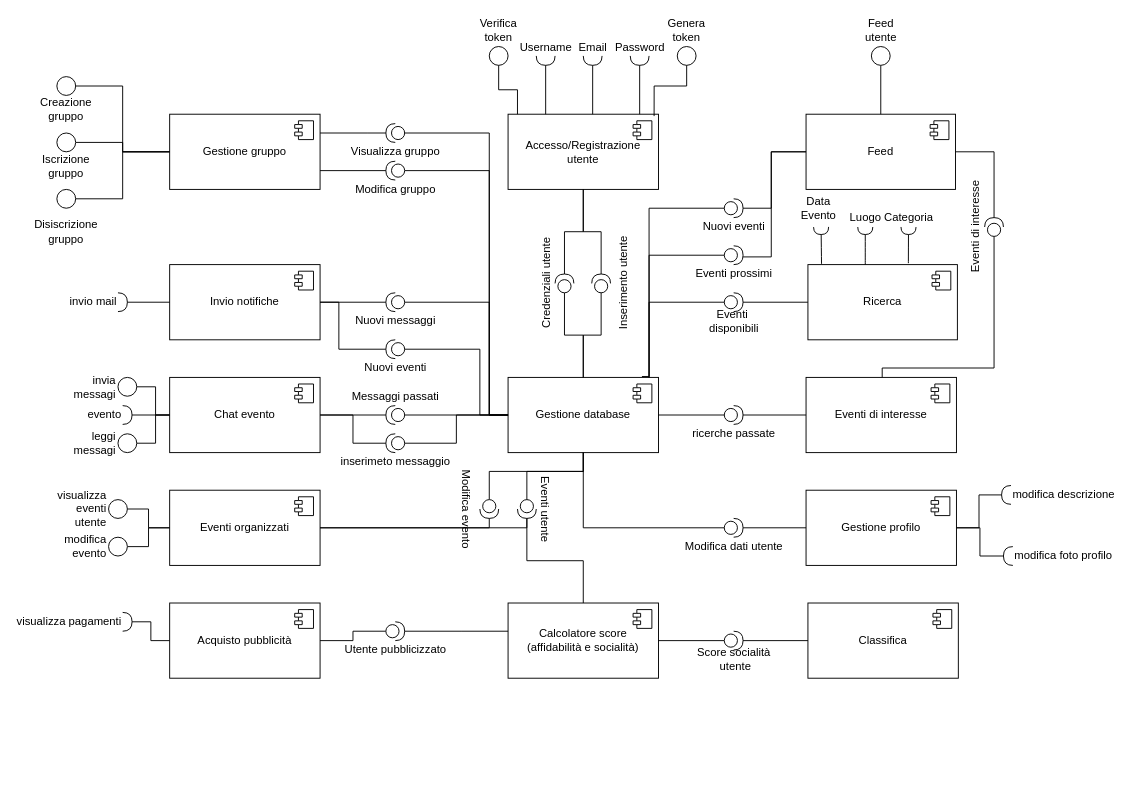
SamueleFacenda/activitn keeps this draw.io diagram as docs/component_diagram.drawio. Above is the earlier version. Source tidied: cells renumbered, new cells numbered last; positions are measured from the earlier drawing's top-left corner, leaving out a move shared by most shapes. Both pictures are drawn from the tidied source at 94%, with x=0, y=0 at pixel (38, 46).
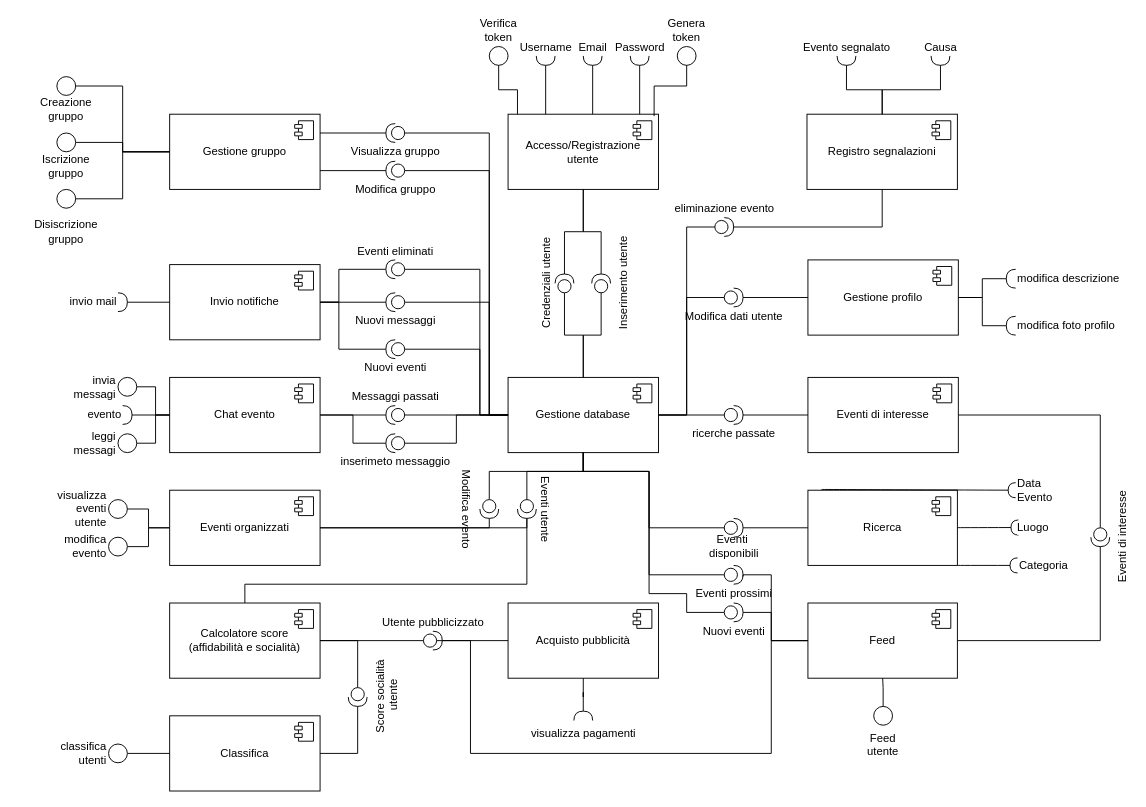
After the change.

Commit message:
docs: final update to component diagram

Unchanged cells that the change refers to:
```xml
<mxCell id="4" value="Gestione database" style="html=1;whiteSpace=wrap;" parent="1" vertex="1">
  <mxGeometry x="500" y="352" width="160" height="80" as="geometry" />
</mxCell>
<mxCell id="21" value="Invio notifiche" style="html=1;whiteSpace=wrap;" parent="1" vertex="1">
  <mxGeometry x="140" y="232" width="160" height="80" as="geometry" />
</mxCell>
<mxCell id="41" value="Eventi utente" style="shape=providedRequiredInterface;html=1;verticalLabelPosition=top;sketch=0;rotation=90;horizontal=1;verticalAlign=bottom;direction=east;flipH=0;flipV=1;labelPosition=center;align=center;" parent="1" vertex="1">
  <mxGeometry x="510" y="482" width="20" height="20" as="geometry" />
</mxCell>
```

Change to the diagram source:
```diff
@@
     <mxCell id="6" value="Classifica" style="html=1;whiteSpace=wrap;" parent="1" vertex="1">
-      <mxGeometry x="819" y="592" width="160" height="80" as="geometry" />
+      <mxGeometry x="140" y="712" width="160" height="80" as="geometry" />
     </mxCell>
@@
     <mxCell id="8" value="Calcolatore score&lt;div&gt;(affidabilità e socialità)&lt;/div&gt;" style="html=1;whiteSpace=wrap;" parent="1" vertex="1">
-      <mxGeometry x="500" y="592" width="160" height="80" as="geometry" />
+      <mxGeometry x="140" y="592" width="160" height="80" as="geometry" />
     </mxCell>
@@
     <mxCell id="10" value="Feed" style="html=1;whiteSpace=wrap;" parent="1" vertex="1">
-      <mxGeometry x="817" y="72" width="159" height="80" as="geometry" />
+      <mxGeometry x="819" y="592" width="159" height="80" as="geometry" />
     </mxCell>
@@
     <mxCell id="13" value="Ricerca" style="html=1;whiteSpace=wrap;" parent="1" vertex="1">
-      <mxGeometry x="819" y="232" width="159" height="80" as="geometry" />
+      <mxGeometry x="819" y="472" width="159" height="80" as="geometry" />
     </mxCell>
@@
     <mxCell id="15" value="Gestione profilo" style="html=1;whiteSpace=wrap;" parent="1" vertex="1">
-      <mxGeometry x="817" y="472" width="160" height="80" as="geometry" />
+      <mxGeometry x="819" y="227" width="160" height="80" as="geometry" />
     </mxCell>
@@
     <mxCell id="17" value="Eventi di interesse" style="html=1;whiteSpace=wrap;" parent="1" vertex="1">
-      <mxGeometry x="817" y="352" width="160" height="80" as="geometry" />
+      <mxGeometry x="819" y="352" width="160" height="80" as="geometry" />
     </mxCell>
@@
     <mxCell id="25" value="Acquisto pubblicità" style="html=1;whiteSpace=wrap;" parent="1" vertex="1">
-      <mxGeometry x="140" y="592" width="160" height="80" as="geometry" />
+      <mxGeometry x="500" y="592" width="160" height="80" as="geometry" />
     </mxCell>
@@
     <mxCell id="31" style="edgeStyle=orthogonalEdgeStyle;rounded=0;jettySize=auto;html=1;endArrow=none;endFill=0;exitX=0;exitY=0.5;exitDx=0;exitDy=0;exitPerimeter=0;" parent="1" edge="1" source="33" target="8">
-      <mxGeometry relative="1" as="geometry" />
+      <mxGeometry relative="1" as="geometry">
+        <Array as="points">
+          <mxPoint x="340" y="632" />
+        </Array>
+      </mxGeometry>
     </mxCell>
     <mxCell id="32" style="edgeStyle=orthogonalEdgeStyle;rounded=0;jettySize=auto;html=1;endArrow=none;endFill=0;" parent="1" edge="1" source="33" target="6">
-      <mxGeometry relative="1" as="geometry" />
+      <mxGeometry relative="1" as="geometry">
+        <Array as="points">
+          <mxPoint x="340" y="752" />
+        </Array>
+      </mxGeometry>
     </mxCell>
-    <mxCell id="33" value="Score socialità&lt;div&gt;&amp;nbsp;utente&lt;/div&gt;" style="shape=providedRequiredInterface;html=1;verticalLabelPosition=bottom;sketch=0;" parent="1" vertex="1">
-      <mxGeometry x="730" y="622" width="20" height="20" as="geometry" />
+    <mxCell id="33" value="Score socialità&lt;div&gt;&amp;nbsp;utente&lt;/div&gt;" style="shape=providedRequiredInterface;html=1;verticalLabelPosition=bottom;sketch=0;direction=west;labelPosition=center;align=center;verticalAlign=top;rotation=-90;" parent="1" vertex="1">
+      <mxGeometry x="330" y="682" width="20" height="20" as="geometry" />
     </mxCell>
     <mxCell id="34" style="edgeStyle=orthogonalEdgeStyle;rounded=0;jettySize=auto;html=1;endArrow=none;endFill=0;exitX=1;exitY=0.5;exitDx=0;exitDy=0;exitPerimeter=0;" parent="1" edge="1" source="36" target="8">
       <mxGeometry relative="1" as="geometry">
         <Array as="points">
-          <mxPoint x="450" y="622" />
-          <mxPoint x="450" y="622" />
+          <mxPoint x="420" y="632" />
+          <mxPoint x="420" y="632" />
         </Array>
       </mxGeometry>
     </mxCell>
     <mxCell id="35" style="edgeStyle=orthogonalEdgeStyle;rounded=0;jettySize=auto;html=1;endArrow=none;endFill=0;" parent="1" edge="1" source="36" target="25">
-      <mxGeometry relative="1" as="geometry" />
+      <mxGeometry relative="1" as="geometry">
+        <Array as="points">
+          <mxPoint x="510" y="632" />
+          <mxPoint x="510" y="632" />
+        </Array>
+      </mxGeometry>
     </mxCell>
+    <mxCell id="127" style="edgeStyle=orthogonalEdgeStyle;rounded=0;jettySize=auto;html=1;endArrow=none;endFill=0;" parent="1" edge="1" source="36" target="10">
+      <mxGeometry relative="1" as="geometry">
+        <Array as="points">
+          <mxPoint x="460" y="632" />
+          <mxPoint x="460" y="752" />
+          <mxPoint x="780" y="752" />
+          <mxPoint x="780" y="632" />
+        </Array>
+      </mxGeometry>
+    </mxCell>
-    <mxCell id="36" value="Utente pubblicizzato" style="shape=providedRequiredInterface;html=1;verticalLabelPosition=bottom;sketch=0;" parent="1" vertex="1">
-      <mxGeometry x="370" y="612" width="20" height="20" as="geometry" />
+    <mxCell id="36" value="Utente pubblicizzato" style="shape=providedRequiredInterface;html=1;verticalLabelPosition=top;sketch=0;labelPosition=center;align=center;verticalAlign=bottom;" parent="1" vertex="1">
+      <mxGeometry x="410" y="622" width="20" height="20" as="geometry" />
     </mxCell>
@@
     <mxCell id="39" style="edgeStyle=orthogonalEdgeStyle;rounded=0;jettySize=auto;html=1;endArrow=none;endFill=0;exitX=1;exitY=0.5;exitDx=0;exitDy=0;exitPerimeter=0;" parent="1" edge="1" source="41" target="8">
-      <mxGeometry relative="1" as="geometry" />
+      <mxGeometry relative="1" as="geometry">
+        <Array as="points">
+          <mxPoint x="520" y="572" />
+          <mxPoint x="220" y="572" />
+        </Array>
+      </mxGeometry>
     </mxCell>
@@
     <mxCell id="44" value="Eventi&amp;nbsp;&lt;div&gt;disponibili&lt;/div&gt;" style="shape=providedRequiredInterface;html=1;verticalLabelPosition=bottom;sketch=0;" parent="1" vertex="1">
-      <mxGeometry x="730" y="262" width="20" height="20" as="geometry" />
+      <mxGeometry x="730" y="502" width="20" height="20" as="geometry" />
     </mxCell>
@@
-    <mxCell id="46" style="edgeStyle=orthogonalEdgeStyle;rounded=0;jettySize=auto;html=1;endArrow=none;endFill=0;entryX=0.89;entryY=-0.012;entryDx=0;entryDy=0;entryPerimeter=0;exitX=0;exitY=0.5;exitDx=0;exitDy=0;exitPerimeter=0;" parent="1" edge="1" source="44" target="4">
+    <mxCell id="46" style="edgeStyle=orthogonalEdgeStyle;rounded=0;jettySize=auto;html=1;endArrow=none;endFill=0;exitX=0;exitY=0.5;exitDx=0;exitDy=0;exitPerimeter=0;" parent="1" edge="1" source="44" target="4">
       <mxGeometry relative="1" as="geometry">
         <Array as="points">
-          <mxPoint x="650" y="272" />
-          <mxPoint x="650" y="351" />
+          <mxPoint x="650" y="512" />
+          <mxPoint x="650" y="452" />
+          <mxPoint x="580" y="452" />
         </Array>
       </mxGeometry>
     </mxCell>
@@
     <mxCell id="51" style="edgeStyle=orthogonalEdgeStyle;rounded=0;jettySize=auto;html=1;exitX=1;exitY=0.5;exitDx=0;exitDy=0;exitPerimeter=0;endArrow=none;endFill=0;" parent="1" edge="1" source="53" target="10">
       <mxGeometry relative="1" as="geometry">
         <Array as="points">
-          <mxPoint x="1017" y="112" />
+          <mxPoint x="1130" y="632" />
         </Array>
       </mxGeometry>
     </mxCell>
     <mxCell id="52" style="edgeStyle=orthogonalEdgeStyle;rounded=0;jettySize=auto;html=1;exitX=0;exitY=0.5;exitDx=0;exitDy=0;exitPerimeter=0;endArrow=none;endFill=0;" parent="1" edge="1" source="53" target="17">
       <mxGeometry relative="1" as="geometry">
         <Array as="points">
-          <mxPoint x="1017" y="342" />
-          <mxPoint x="898" y="342" />
+          <mxPoint x="1130" y="392" />
         </Array>
       </mxGeometry>
     </mxCell>
-    <mxCell id="53" value="Eventi di interesse" style="shape=providedRequiredInterface;html=1;verticalLabelPosition=top;sketch=0;rotation=-90;labelPosition=center;align=center;verticalAlign=bottom;" parent="1" vertex="1">
-      <mxGeometry x="1007" y="182" width="20" height="20" as="geometry" />
+    <mxCell id="53" value="Eventi di interesse" style="shape=providedRequiredInterface;html=1;verticalLabelPosition=bottom;sketch=0;rotation=-90;labelPosition=center;align=center;verticalAlign=top;direction=west;" parent="1" vertex="1">
+      <mxGeometry x="1120" y="512" width="20" height="20" as="geometry" />
     </mxCell>
-    <mxCell id="54" value="Data&lt;div&gt;Evento&lt;/div&gt;" style="rounded=0;jettySize=auto;html=1;endArrow=halfCircle;endFill=0;endSize=6;strokeWidth=1;sketch=0;fontSize=12;curved=1;exitX=0.091;exitY=-0.01;exitDx=0;exitDy=0;exitPerimeter=0;" parent="1" edge="1" source="13">
-      <mxGeometry x="1" y="20" relative="1" as="geometry">
-        <mxPoint x="833" y="192" as="targetPoint" />
-        <mxPoint x="17" y="-20" as="offset" />
+    <mxCell id="54" value="Data&lt;div&gt;Evento&lt;/div&gt;" style="rounded=0;jettySize=auto;html=1;endArrow=halfCircle;endFill=0;endSize=6;strokeWidth=1;sketch=0;fontSize=12;curved=1;exitX=0.091;exitY=-0.01;exitDx=0;exitDy=0;exitPerimeter=0;labelPosition=right;verticalLabelPosition=middle;align=left;verticalAlign=middle;" parent="1" edge="1" source="13">
+      <mxGeometry x="1" relative="1" as="geometry">
+        <mxPoint x="1040" y="472" as="targetPoint" />
       </mxGeometry>
     </mxCell>
-    <mxCell id="55" value="Luogo" style="rounded=0;orthogonalLoop=1;jettySize=auto;html=1;endArrow=halfCircle;endFill=0;endSize=6;strokeWidth=1;sketch=0;fontSize=12;curved=1;" parent="1" edge="1">
-      <mxGeometry x="1" y="10" relative="1" as="geometry">
-        <mxPoint x="880" y="232" as="sourcePoint" />
-        <mxPoint x="880" y="192" as="targetPoint" />
-        <mxPoint x="10" y="-10" as="offset" />
+    <mxCell id="55" value="Luogo" style="rounded=0;jettySize=auto;html=1;endArrow=halfCircle;endFill=0;endSize=6;strokeWidth=1;sketch=0;fontSize=12;curved=1;labelPosition=right;verticalLabelPosition=middle;align=left;verticalAlign=middle;" parent="1" edge="1" source="13">
+      <mxGeometry x="0.91" relative="1" as="geometry">
+        <mxPoint x="1043" y="511.7" as="targetPoint" />
       </mxGeometry>
     </mxCell>
-    <mxCell id="56" value="Categoria" style="rounded=0;jettySize=auto;html=1;endArrow=halfCircle;endFill=0;endSize=6;strokeWidth=1;sketch=0;fontSize=12;curved=1;exitX=0.672;exitY=-0.019;exitDx=0;exitDy=0;exitPerimeter=0;" parent="1" edge="1" source="13">
-      <mxGeometry x="1" y="10" relative="1" as="geometry">
-        <mxPoint x="926" y="192" as="targetPoint" />
-        <mxPoint x="10" y="-10" as="offset" />
+    <mxCell id="56" value="Categoria" style="rounded=0;jettySize=auto;html=1;endArrow=halfCircle;endFill=0;endSize=6;strokeWidth=1;sketch=0;fontSize=12;curved=1;exitX=1;exitY=1;exitDx=0;exitDy=0;labelPosition=right;verticalLabelPosition=middle;align=left;verticalAlign=middle;" parent="1" edge="1" source="13">
+      <mxGeometry x="1" relative="1" as="geometry">
+        <mxPoint x="1042" y="552" as="targetPoint" />
       </mxGeometry>
     </mxCell>
@@
     <mxCell id="63" style="edgeStyle=orthogonalEdgeStyle;rounded=0;jettySize=auto;html=1;exitX=0;exitY=0.5;exitDx=0;exitDy=0;exitPerimeter=0;endArrow=none;endFill=0;" parent="1" edge="1" source="65" target="4">
-      <mxGeometry relative="1" as="geometry" />
+      <mxGeometry relative="1" as="geometry">
+        <Array as="points">
+          <mxPoint x="690" y="267" />
+          <mxPoint x="690" y="392" />
+        </Array>
+      </mxGeometry>
     </mxCell>
@@
     <mxCell id="65" value="Modifica dati utente" style="shape=providedRequiredInterface;html=1;verticalLabelPosition=bottom;sketch=0;" parent="1" vertex="1">
-      <mxGeometry x="730" y="502" width="20" height="20" as="geometry" />
+      <mxGeometry x="730" y="257" width="20" height="20" as="geometry" />
     </mxCell>
@@
-    <mxCell id="80" style="edgeStyle=orthogonalEdgeStyle;rounded=0;jettySize=auto;html=1;exitX=0;exitY=0.5;exitDx=0;exitDy=0;exitPerimeter=0;endArrow=none;endFill=0;" parent="1" edge="1" source="94" target="4">
+    <mxCell id="80" style="edgeStyle=orthogonalEdgeStyle;rounded=0;jettySize=auto;html=1;exitX=0;exitY=0.5;exitDx=0;exitDy=0;exitPerimeter=0;endArrow=none;endFill=0;" parent="1" edge="1" source="94">
       <mxGeometry relative="1" as="geometry">
+        <mxPoint x="580" y="432" as="targetPoint" />
         <Array as="points">
-          <mxPoint x="650" y="172" />
+          <mxPoint x="690" y="602" />
+          <mxPoint x="690" y="582" />
+          <mxPoint x="650" y="582" />
+          <mxPoint x="650" y="452" />
+          <mxPoint x="580" y="452" />
         </Array>
       </mxGeometry>
     </mxCell>
     <mxCell id="81" style="edgeStyle=orthogonalEdgeStyle;rounded=0;jettySize=auto;html=1;exitX=1;exitY=0.5;exitDx=0;exitDy=0;exitPerimeter=0;endArrow=none;endFill=0;" parent="1" edge="1" source="94" target="10">
       <mxGeometry relative="1" as="geometry">
         <Array as="points">
-          <mxPoint x="780" y="172" />
-          <mxPoint x="780" y="112" />
+          <mxPoint x="780" y="602" />
+          <mxPoint x="780" y="632" />
+          <mxPoint x="879" y="632" />
         </Array>
       </mxGeometry>
     </mxCell>
-    <mxCell id="82" style="edgeStyle=orthogonalEdgeStyle;rounded=0;jettySize=auto;html=1;exitX=0;exitY=0.5;exitDx=0;exitDy=0;exitPerimeter=0;endArrow=none;endFill=0;" parent="1" edge="1" source="84" target="4">
+    <mxCell id="82" style="edgeStyle=orthogonalEdgeStyle;rounded=0;jettySize=auto;html=1;exitX=0;exitY=0.5;exitDx=0;exitDy=0;exitPerimeter=0;endArrow=none;endFill=0;entryX=0.5;entryY=1;entryDx=0;entryDy=0;" parent="1" edge="1" source="84" target="4">
       <mxGeometry relative="1" as="geometry">
         <Array as="points">
-          <mxPoint x="650" y="222" />
+          <mxPoint x="650" y="562" />
+          <mxPoint x="650" y="452" />
+          <mxPoint x="580" y="452" />
         </Array>
       </mxGeometry>
     </mxCell>
     <mxCell id="83" style="edgeStyle=orthogonalEdgeStyle;rounded=0;jettySize=auto;html=1;endArrow=none;endFill=0;exitX=0.998;exitY=0.591;exitDx=0;exitDy=0;exitPerimeter=0;" parent="1" edge="1" source="84" target="10">
       <mxGeometry relative="1" as="geometry">
         <Array as="points">
-          <mxPoint x="780" y="224" />
-          <mxPoint x="780" y="112" />
+          <mxPoint x="750" y="562" />
+          <mxPoint x="780" y="562" />
+          <mxPoint x="780" y="632" />
+          <mxPoint x="879" y="632" />
         </Array>
       </mxGeometry>
     </mxCell>
     <mxCell id="84" value="Eventi prossimi" style="shape=providedRequiredInterface;html=1;verticalLabelPosition=bottom;sketch=0;" parent="1" vertex="1">
-      <mxGeometry x="730" y="212" width="20" height="20" as="geometry" />
+      <mxGeometry x="730" y="552" width="20" height="20" as="geometry" />
     </mxCell>
@@
     <mxCell id="94" value="Nuovi eventi" style="shape=providedRequiredInterface;html=1;verticalLabelPosition=bottom;sketch=0;" parent="1" vertex="1">
-      <mxGeometry x="730" y="162" width="20" height="20" as="geometry" />
+      <mxGeometry x="730" y="592" width="20" height="20" as="geometry" />
     </mxCell>
@@
-    <mxCell id="116" value="visualizza pagamenti" style="shape=requiredInterface;html=1;verticalLabelPosition=middle;sketch=0;direction=east;labelPosition=left;align=right;verticalAlign=middle;" parent="1" vertex="1">
-      <mxGeometry x="90" y="602" width="10" height="20" as="geometry" />
+    <mxCell id="116" value="visualizza pagamenti" style="shape=requiredInterface;html=1;verticalLabelPosition=bottom;sketch=0;direction=north;labelPosition=center;align=center;verticalAlign=top;" parent="1" vertex="1">
+      <mxGeometry x="570" y="707" width="20" height="10" as="geometry" />
     </mxCell>
@@
-    <mxCell id="122" value="Feed utente" style="ellipse;whiteSpace=wrap;html=1;labelPosition=center;verticalLabelPosition=top;align=center;verticalAlign=bottom;" parent="1" vertex="1">
-      <mxGeometry x="886.5" width="20" height="20" as="geometry" />
+    <mxCell id="122" value="Feed utente" style="ellipse;whiteSpace=wrap;html=1;labelPosition=center;verticalLabelPosition=bottom;align=center;verticalAlign=top;" parent="1" vertex="1">
+      <mxGeometry x="889" y="702" width="20" height="20" as="geometry" />
     </mxCell>
@@
     <mxCell id="124" value="modifica descrizione" style="shape=requiredInterface;html=1;verticalLabelPosition=middle;sketch=0;direction=west;labelPosition=right;align=left;verticalAlign=middle;" parent="1" vertex="1">
-      <mxGeometry x="1025" y="467" width="10" height="20" as="geometry" />
+      <mxGeometry x="1030" y="237" width="10" height="20" as="geometry" />
     </mxCell>
@@
     <mxCell id="126" value="modifica foto profilo" style="shape=requiredInterface;html=1;verticalLabelPosition=middle;sketch=0;direction=west;labelPosition=right;align=left;verticalAlign=middle;" parent="1" vertex="1">
-      <mxGeometry x="1027" y="532" width="10" height="20" as="geometry" />
+      <mxGeometry x="1030" y="287" width="10" height="20" as="geometry" />
     </mxCell>
+    <mxCell id="128" value="Registro segnalazioni" style="html=1;whiteSpace=wrap;" parent="1" vertex="1">
+      <mxGeometry x="818" y="72" width="160" height="80" as="geometry" />
+    </mxCell>
+    <mxCell id="129" style="shape=module;jettyWidth=8;jettyHeight=4;" parent="128" vertex="1">
+      <mxGeometry x="1" width="20" height="20" relative="1" as="geometry">
+        <mxPoint x="-27" y="7" as="offset" />
+      </mxGeometry>
+    </mxCell>
+    <mxCell id="130" style="edgeStyle=orthogonalEdgeStyle;rounded=0;jettySize=auto;html=1;exitX=1;exitY=0.5;exitDx=0;exitDy=0;exitPerimeter=0;endArrow=none;endFill=0;" parent="1" edge="1" source="131" target="128">
+      <mxGeometry relative="1" as="geometry" />
+    </mxCell>
+    <mxCell id="131" value="Evento segnalato" style="shape=requiredInterface;html=1;verticalLabelPosition=top;sketch=0;direction=south;labelPosition=center;align=center;verticalAlign=bottom;" parent="1" vertex="1">
+      <mxGeometry x="850" y="10" width="20" height="10" as="geometry" />
+    </mxCell>
+    <mxCell id="132" style="edgeStyle=orthogonalEdgeStyle;rounded=0;jettySize=auto;html=1;entryX=1;entryY=0.5;entryDx=0;entryDy=0;endArrow=none;endFill=0;" parent="1" edge="1" source="134" target="4">
+      <mxGeometry relative="1" as="geometry" />
+    </mxCell>
+    <mxCell id="133" style="edgeStyle=orthogonalEdgeStyle;rounded=0;jettySize=auto;html=1;endArrow=none;endFill=0;" parent="1" edge="1" source="134" target="128">
+      <mxGeometry relative="1" as="geometry" />
+    </mxCell>
+    <mxCell id="134" value="eliminazione evento" style="shape=providedRequiredInterface;html=1;verticalLabelPosition=top;sketch=0;labelPosition=center;align=center;verticalAlign=bottom;" parent="1" vertex="1">
+      <mxGeometry x="720" y="182" width="20" height="20" as="geometry" />
+    </mxCell>
+    <mxCell id="135" style="edgeStyle=orthogonalEdgeStyle;rounded=0;jettySize=auto;html=1;entryX=0.5;entryY=0;entryDx=0;entryDy=0;endArrow=none;endFill=0;" parent="1" edge="1" source="136" target="128">
+      <mxGeometry relative="1" as="geometry" />
+    </mxCell>
+    <mxCell id="136" value="Causa" style="shape=requiredInterface;html=1;verticalLabelPosition=top;sketch=0;direction=south;labelPosition=center;align=center;verticalAlign=bottom;" parent="1" vertex="1">
+      <mxGeometry x="950" y="10" width="20" height="10" as="geometry" />
+    </mxCell>
+    <mxCell id="137" style="edgeStyle=orthogonalEdgeStyle;rounded=0;jettySize=auto;html=1;endArrow=none;endFill=0;" parent="1" edge="1" source="138" target="6">
+      <mxGeometry relative="1" as="geometry" />
+    </mxCell>
+    <mxCell id="138" value="classifica utenti" style="ellipse;whiteSpace=wrap;html=1;labelPosition=left;verticalLabelPosition=middle;align=right;verticalAlign=middle;" parent="1" vertex="1">
+      <mxGeometry x="75" y="742" width="20" height="20" as="geometry" />
+    </mxCell>
+    <mxCell id="139" style="edgeStyle=orthogonalEdgeStyle;rounded=0;jettySize=auto;html=1;entryX=1;entryY=0.5;entryDx=0;entryDy=0;endArrow=none;endFill=0;" parent="1" edge="1" source="141" target="21">
+      <mxGeometry relative="1" as="geometry">
+        <Array as="points">
+          <mxPoint x="320" y="237" />
+          <mxPoint x="320" y="272" />
+        </Array>
+      </mxGeometry>
+    </mxCell>
+    <mxCell id="140" style="edgeStyle=orthogonalEdgeStyle;rounded=0;jettySize=auto;html=1;entryX=0;entryY=0.5;entryDx=0;entryDy=0;endArrow=none;endFill=0;" parent="1" edge="1" source="141" target="4">
+      <mxGeometry relative="1" as="geometry">
+        <Array as="points">
+          <mxPoint x="470" y="237" />
+          <mxPoint x="470" y="392" />
+        </Array>
+      </mxGeometry>
+    </mxCell>
+    <mxCell id="141" value="Eventi eliminati" style="shape=providedRequiredInterface;html=1;verticalLabelPosition=top;sketch=0;flipH=1;labelPosition=center;align=center;verticalAlign=bottom;" parent="1" vertex="1">
+      <mxGeometry x="370" y="227" width="20" height="20" as="geometry" />
+    </mxCell>
```
